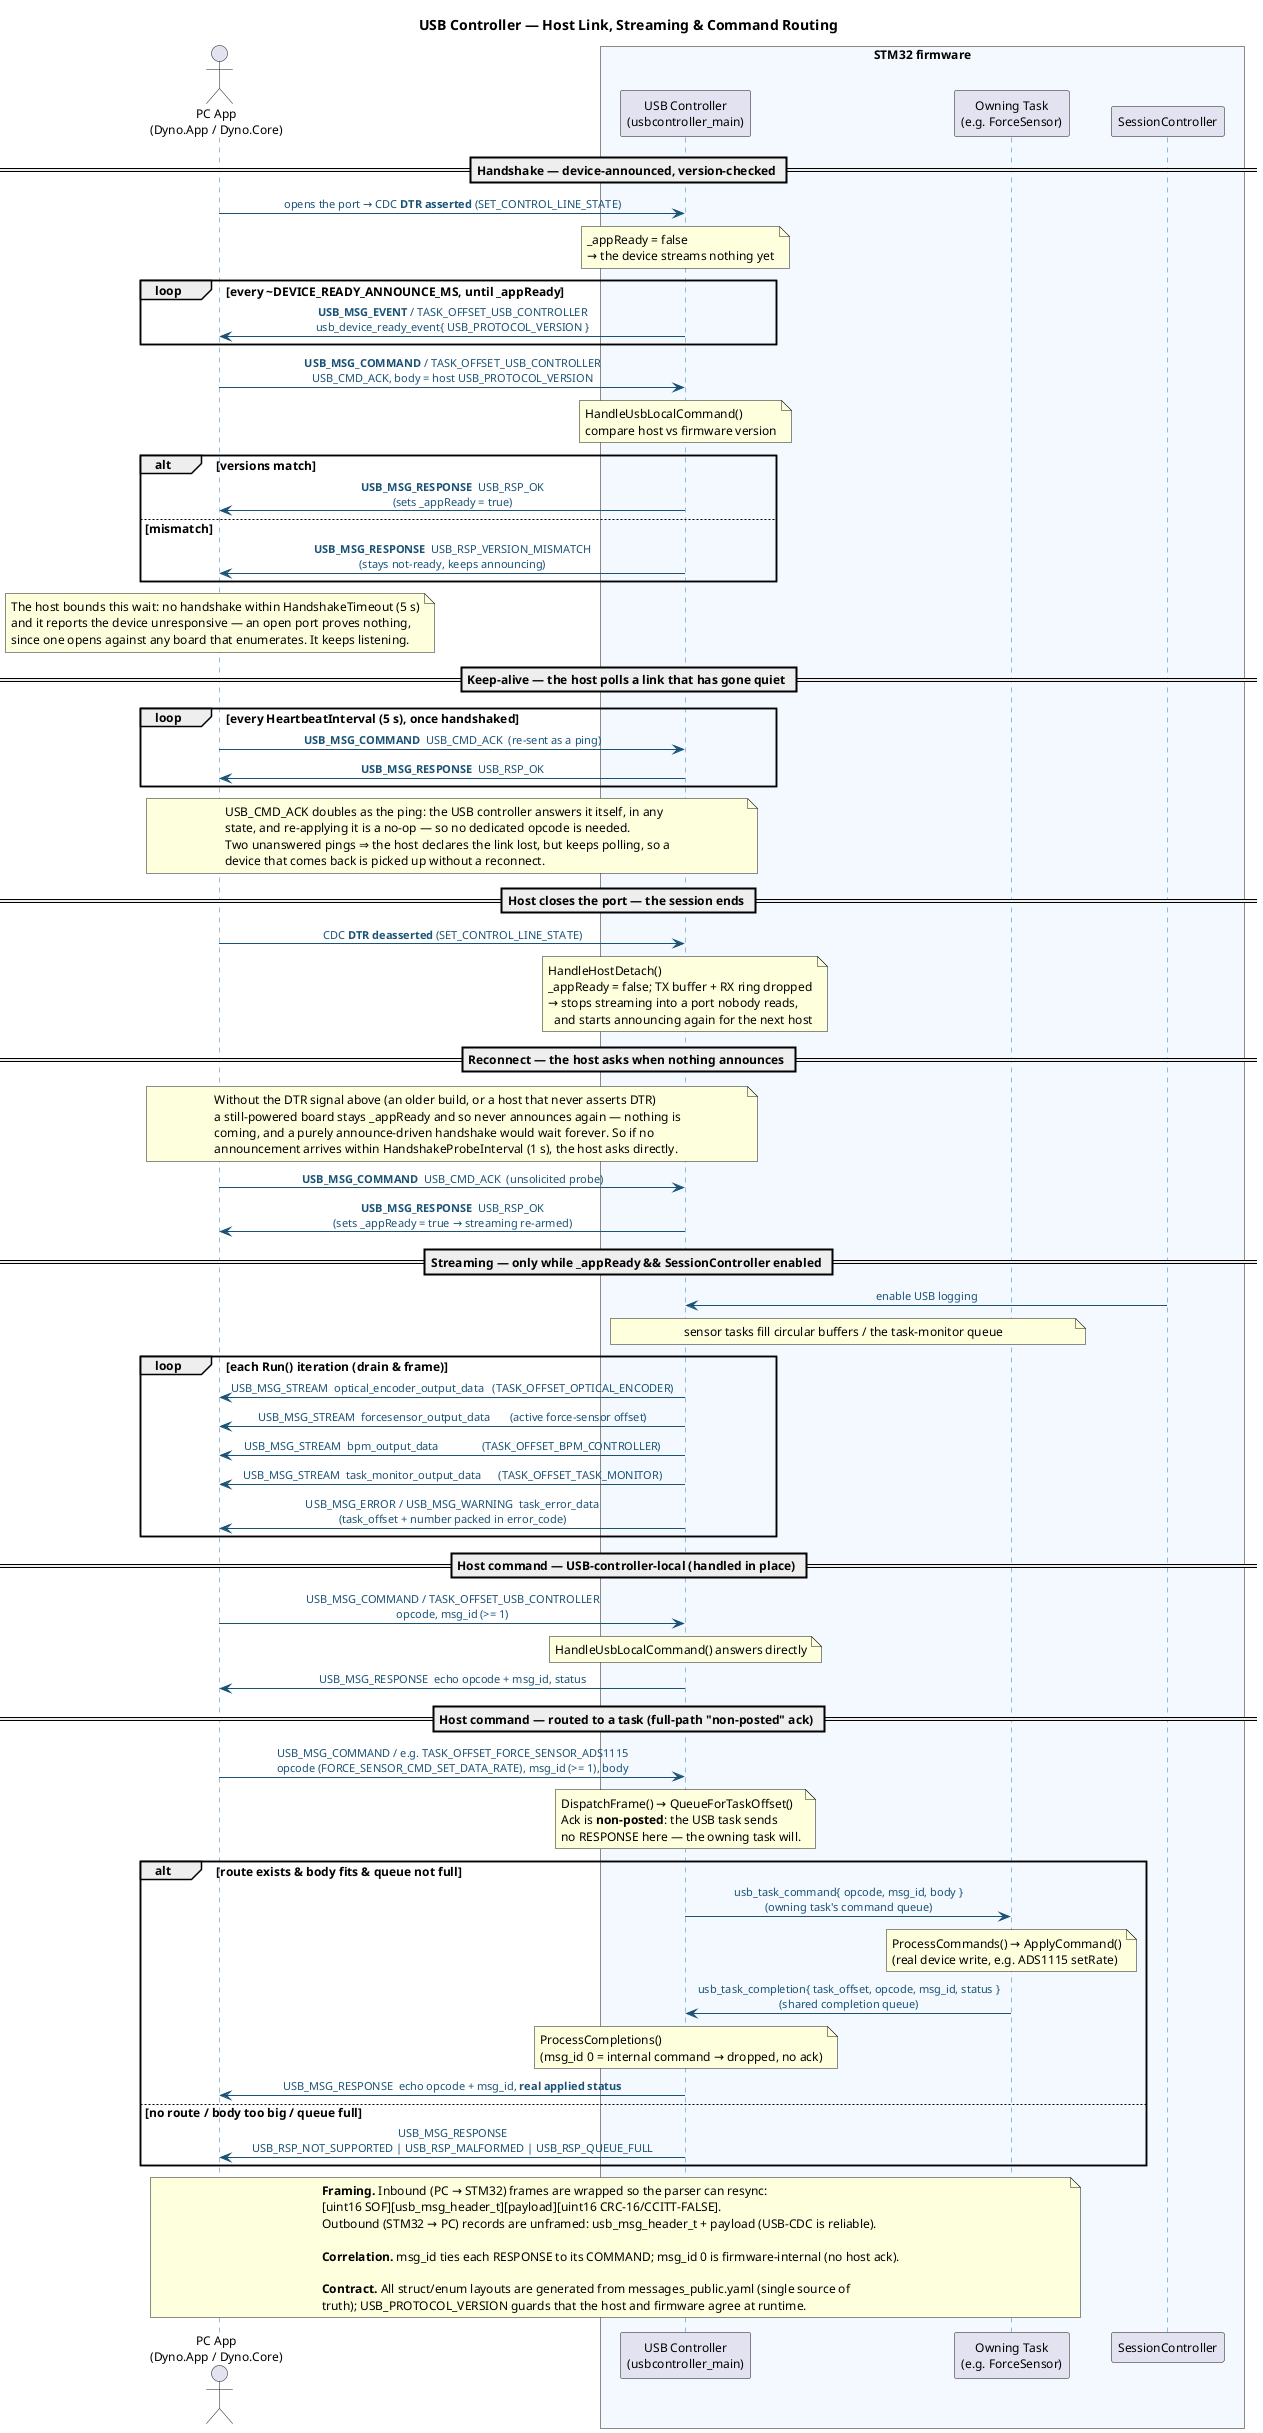
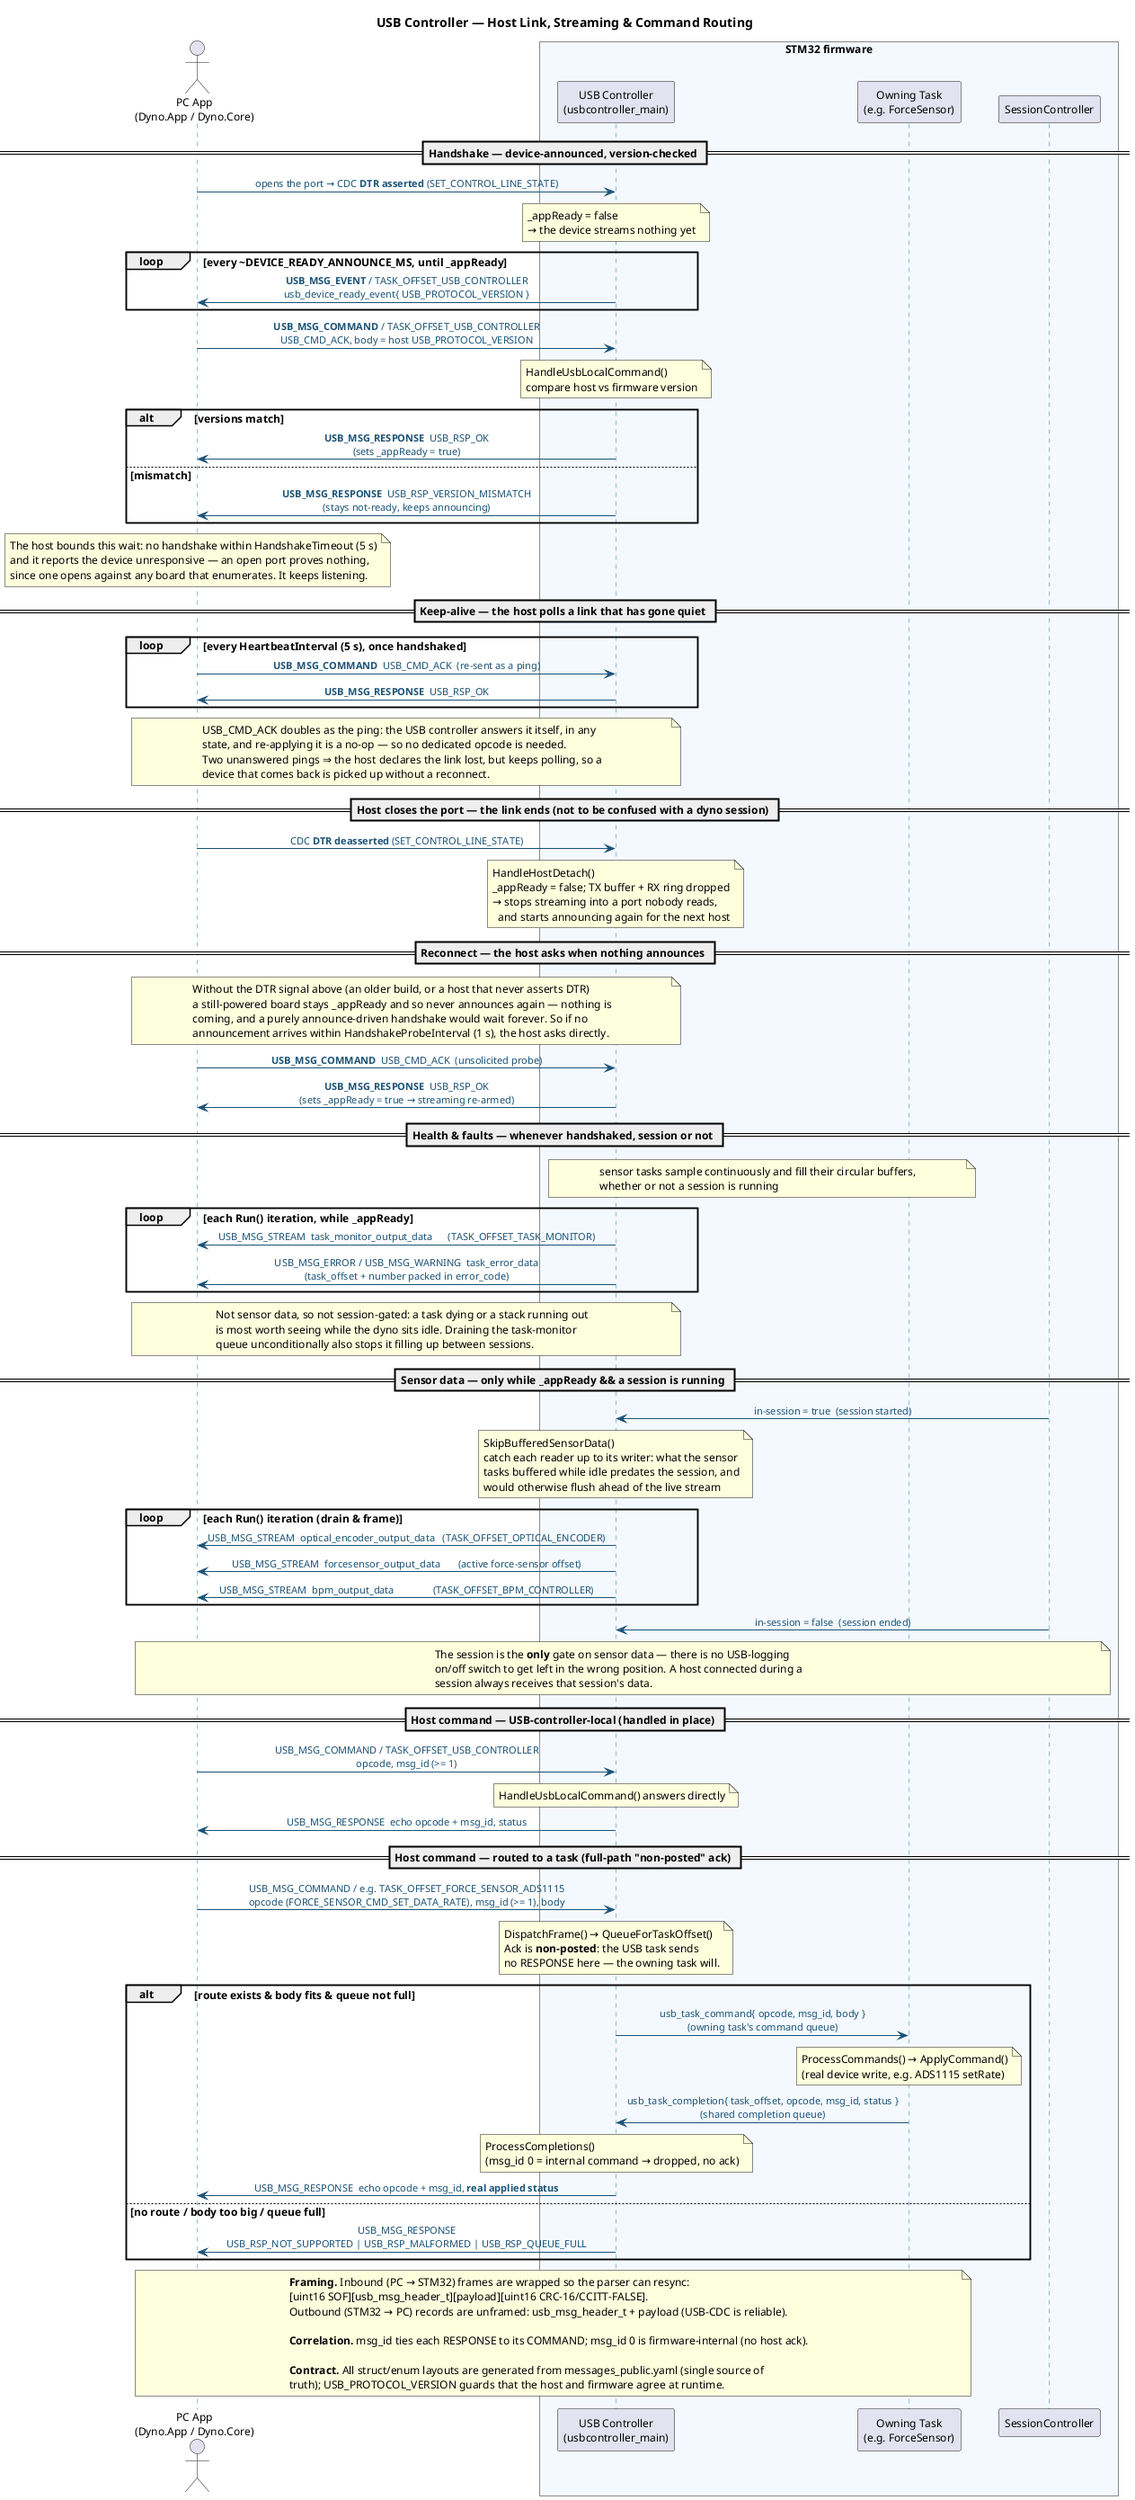
@startuml USB Message Flow

title USB Controller — Host Link, Streaming & Command Routing

skinparam defaultFontSize 12
skinparam shadowing false
skinparam sequenceMessageAlign center
skinparam ParticipantPadding 16
skinparam BoxPadding 12
skinparam sequence {
    LifeLineBorderColor #2C7BB6
    ArrowColor #1A5276
    ArrowFontColor #1A5276
    ArrowFontSize 11
}

actor "PC App\n(Dyno.App / Dyno.Core)" as App
box "STM32 firmware" #F4F9FF
participant "USB Controller\n(usbcontroller_main)" as USB
participant "Owning Task\n(e.g. ForceSensor)" as Task
participant "SessionController" as Session
end box

== Handshake — device-announced, version-checked ==

App -> USB : opens the port → CDC **DTR asserted** (SET_CONTROL_LINE_STATE)
note over USB
  _appReady = false
  → the device streams nothing yet
end note

loop every ~DEVICE_READY_ANNOUNCE_MS, until _appReady
    USB -> App : **USB_MSG_EVENT** / TASK_OFFSET_USB_CONTROLLER\nusb_device_ready_event{ USB_PROTOCOL_VERSION }
end

App -> USB : **USB_MSG_COMMAND** / TASK_OFFSET_USB_CONTROLLER\nUSB_CMD_ACK, body = host USB_PROTOCOL_VERSION
note over USB : HandleUsbLocalCommand()\ncompare host vs firmware version

alt versions match
    USB -> App : **USB_MSG_RESPONSE**  USB_RSP_OK\n(sets _appReady = true)
else mismatch
    USB -> App : **USB_MSG_RESPONSE**  USB_RSP_VERSION_MISMATCH\n(stays not-ready, keeps announcing)
end

note over App
  The host bounds this wait: no handshake within HandshakeTimeout (5 s)
  and it reports the device unresponsive — an open port proves nothing,
  since one opens against any board that enumerates. It keeps listening.
end note

== Keep-alive — the host polls a link that has gone quiet ==

loop every HeartbeatInterval (5 s), once handshaked
    App -> USB : **USB_MSG_COMMAND**  USB_CMD_ACK  (re-sent as a ping)
    USB -> App : **USB_MSG_RESPONSE**  USB_RSP_OK
end
note over App, USB
  USB_CMD_ACK doubles as the ping: the USB controller answers it itself, in any
  state, and re-applying it is a no-op — so no dedicated opcode is needed.
  Two unanswered pings ⇒ the host declares the link lost, but keeps polling, so a
  device that comes back is picked up without a reconnect.
end note

- == Host closes the port — the session ends ==
+ == Host closes the port — the link ends (not to be confused with a dyno session) ==

App -> USB : CDC **DTR deasserted** (SET_CONTROL_LINE_STATE)
note over USB
  HandleHostDetach()
  _appReady = false; TX buffer + RX ring dropped
  → stops streaming into a port nobody reads,
    and starts announcing again for the next host
end note

== Reconnect — the host asks when nothing announces ==

note over App, USB
  Without the DTR signal above (an older build, or a host that never asserts DTR)
  a still-powered board stays _appReady and so never announces again — nothing is
  coming, and a purely announce-driven handshake would wait forever. So if no
  announcement arrives within HandshakeProbeInterval (1 s), the host asks directly.
end note

App -> USB : **USB_MSG_COMMAND**  USB_CMD_ACK  (unsolicited probe)
USB -> App : **USB_MSG_RESPONSE**  USB_RSP_OK\n(sets _appReady = true → streaming re-armed)

- == Streaming — only while _appReady && SessionController enabled ==
+ == Health & faults — whenever handshaked, session or not ==

- Session -> USB : enable USB logging
- note over USB, Task : sensor tasks fill circular buffers / the task-monitor queue
+ note over USB, Task : sensor tasks sample continuously and fill their circular buffers,\nwhether or not a session is running
+ 
+ loop each Run() iteration, while _appReady
+     USB -> App : USB_MSG_STREAM  task_monitor_output_data      (TASK_OFFSET_TASK_MONITOR)
+     USB -> App : USB_MSG_ERROR / USB_MSG_WARNING  task_error_data\n(task_offset + number packed in error_code)
+ end
+ note over App, USB
+   Not sensor data, so not session-gated: a task dying or a stack running out
+   is most worth seeing while the dyno sits idle. Draining the task-monitor
+   queue unconditionally also stops it filling up between sessions.
+ end note
+ 
+ == Sensor data — only while _appReady && a session is running ==
+ 
+ Session -> USB : in-session = true  (session started)
+ note over USB
+   SkipBufferedSensorData()
+   catch each reader up to its writer: what the sensor
+   tasks buffered while idle predates the session, and
+   would otherwise flush ahead of the live stream
+ end note

loop each Run() iteration (drain & frame)
    USB -> App : USB_MSG_STREAM  optical_encoder_output_data   (TASK_OFFSET_OPTICAL_ENCODER)
    USB -> App : USB_MSG_STREAM  forcesensor_output_data       (active force-sensor offset)
    USB -> App : USB_MSG_STREAM  bpm_output_data               (TASK_OFFSET_BPM_CONTROLLER)
-     USB -> App : USB_MSG_STREAM  task_monitor_output_data      (TASK_OFFSET_TASK_MONITOR)
-     USB -> App : USB_MSG_ERROR / USB_MSG_WARNING  task_error_data\n(task_offset + number packed in error_code)
end
+ 
+ Session -> USB : in-session = false  (session ended)
+ note over App, Session
+   The session is the **only** gate on sensor data — there is no USB-logging
+   on/off switch to get left in the wrong position. A host connected during a
+   session always receives that session's data.
+ end note

== Host command — USB-controller-local (handled in place) ==

App -> USB : USB_MSG_COMMAND / TASK_OFFSET_USB_CONTROLLER\nopcode, msg_id (>= 1)
note over USB : HandleUsbLocalCommand() answers directly
USB -> App : USB_MSG_RESPONSE  echo opcode + msg_id, status

== Host command — routed to a task (full-path "non-posted" ack) ==

App -> USB : USB_MSG_COMMAND / e.g. TASK_OFFSET_FORCE_SENSOR_ADS1115\nopcode (FORCE_SENSOR_CMD_SET_DATA_RATE), msg_id (>= 1), body
note over USB
  DispatchFrame() → QueueForTaskOffset()
  Ack is **non-posted**: the USB task sends
  no RESPONSE here — the owning task will.
end note

alt route exists & body fits & queue not full
    USB -> Task : usb_task_command{ opcode, msg_id, body }\n(owning task's command queue)
    note over Task : ProcessCommands() → ApplyCommand()\n(real device write, e.g. ADS1115 setRate)
    Task -> USB : usb_task_completion{ task_offset, opcode, msg_id, status }\n(shared completion queue)
    note over USB : ProcessCompletions()\n(msg_id 0 = internal command → dropped, no ack)
    USB -> App : USB_MSG_RESPONSE  echo opcode + msg_id, **real applied status**
else no route / body too big / queue full
    USB -> App : USB_MSG_RESPONSE\nUSB_RSP_NOT_SUPPORTED | USB_RSP_MALFORMED | USB_RSP_QUEUE_FULL
end

note over App, Task
  **Framing.** Inbound (PC → STM32) frames are wrapped so the parser can resync:
  [uint16 SOF][usb_msg_header_t][payload][uint16 CRC-16/CCITT-FALSE].
  Outbound (STM32 → PC) records are unframed: usb_msg_header_t + payload (USB-CDC is reliable).

  **Correlation.** msg_id ties each RESPONSE to its COMMAND; msg_id 0 is firmware-internal (no host ack).

  **Contract.** All struct/enum layouts are generated from messages_public.yaml (single source of
  truth); USB_PROTOCOL_VERSION guards that the host and firmware agree at runtime.
end note

@enduml
